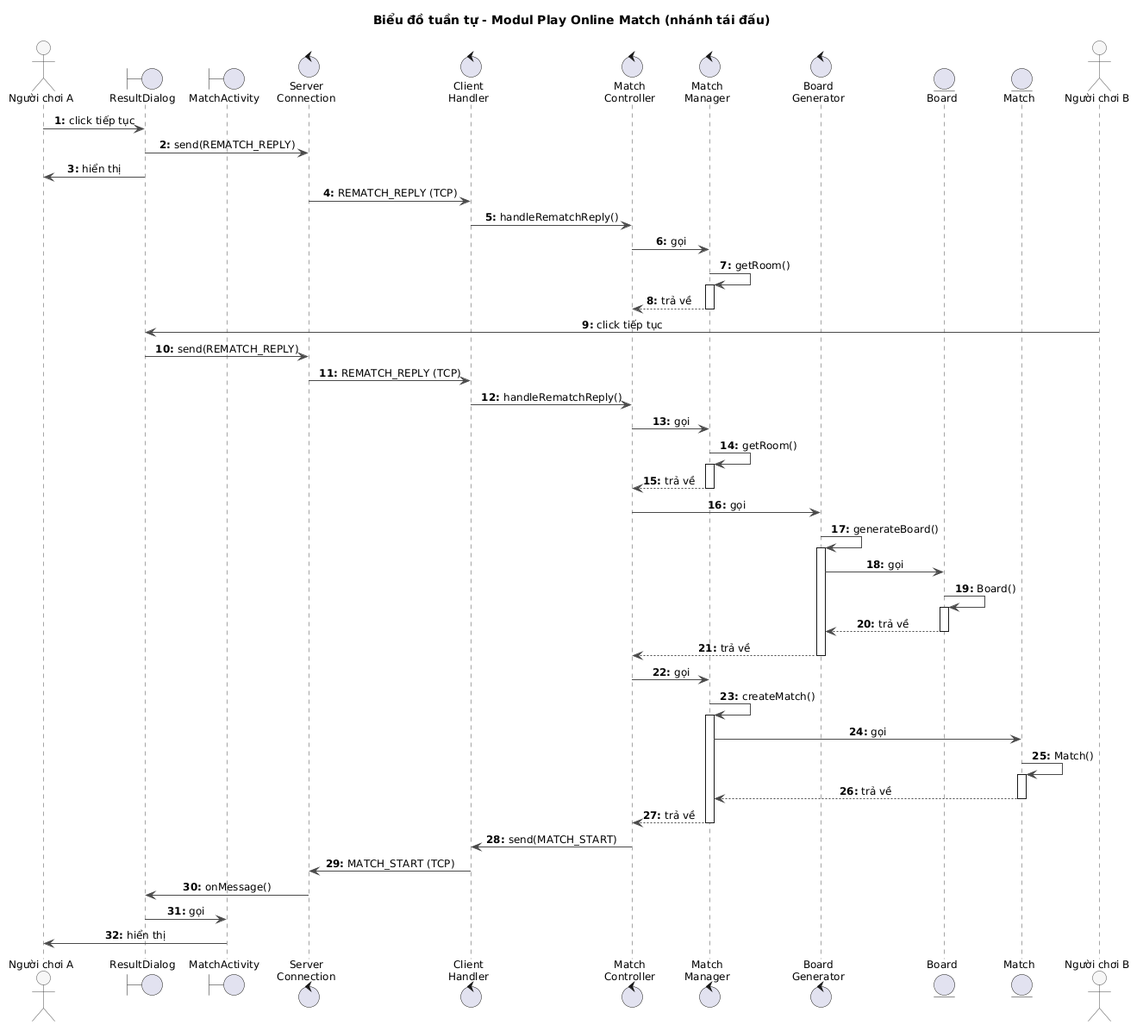
VattenL/mobile-pikachu keeps this PlantUML diagram as docs/uml/pha3/seq-m4-4.png. Above is the earlier version.
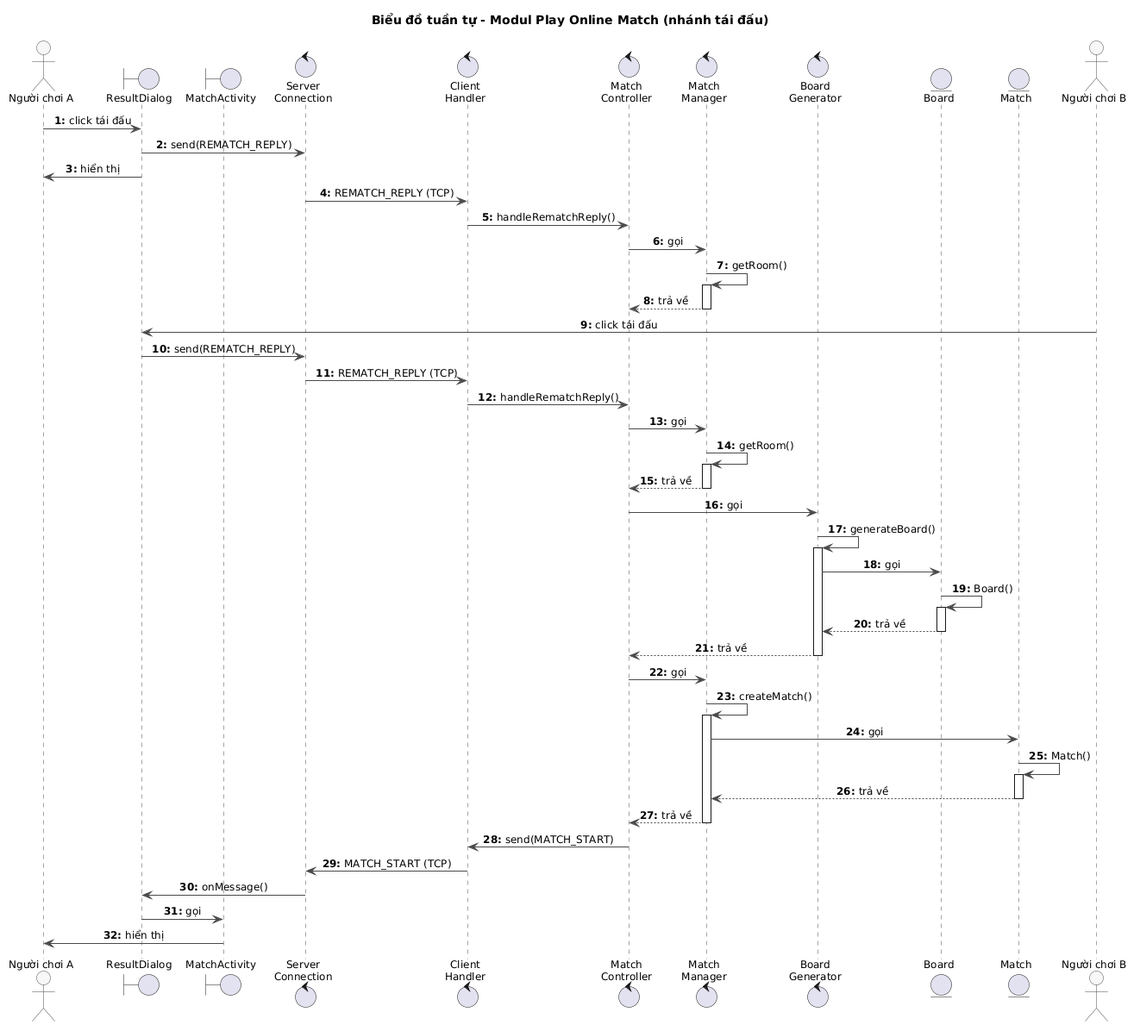
Later version of the same file.

The edit, as a diff of the source:
```diff
@@ -27,7 +27,7 @@
 entity Match
 actor "Người chơi B" as B
 
-A -> ResultDialog : click tiếp tục
+A -> ResultDialog : click tái đấu
 ResultDialog -> ServerConnection : send(REMATCH_REPLY)
 ResultDialog -> A : hiển thị
 ServerConnection -> ClientHandler : REMATCH_REPLY (TCP)
@@ -37,7 +37,7 @@
 activate MatchManager
 MatchManager --> MatchController : trả về
 deactivate MatchManager
-B -> ResultDialog : click tiếp tục
+B -> ResultDialog : click tái đấu
 ResultDialog -> ServerConnection : send(REMATCH_REPLY)
 ServerConnection -> ClientHandler : REMATCH_REPLY (TCP)
 ClientHandler -> MatchController : handleRematchReply()
```
